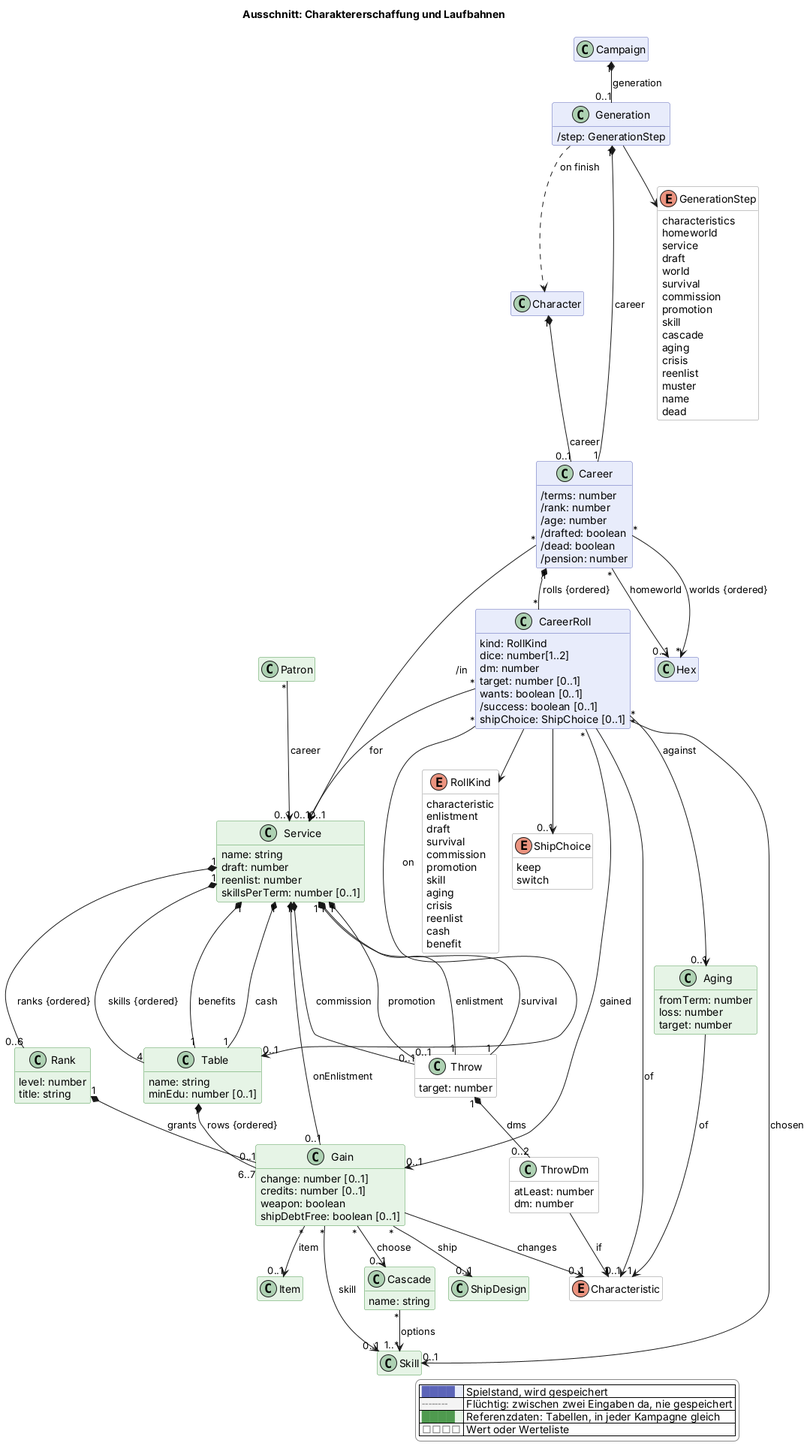
Earlier version of the PlantUML export docs/views/erschaffung.png (scuzzar/SRE). The source it was exported from:
```plantuml
@startuml
!if %not(%variable_exists("$change"))
!$change = "*"
!endif
!function $marked($c)
!return $change == "*" || $change == $c
!endfunction
!function $new($c, $t)
!if $marked($c)
!return "<color:#d0021b><b>" + $t + "</b></color>"
!endif
!return $t
!endfunction
!procedure $gone($c, $t)
!if $marked($c)
<color:#d0021b><s>$t</s></color>
!endif
!endprocedure
!function $newClass($c)
!if $marked($c)
!return "#line:d0021b;line.bold"
!endif
!return ""
!endfunction
!function $newArrow($c)
!if $marked($c)
!return "[#d0021b,bold]"
!endif
!return ""
!endfunction
!function $goneArrow($c)
!if $marked($c)
!return "[#d0021b,dashed]"
!endif
!return ""
!endfunction
!pragma layout smetana
title Ausschnitt: Charaktererschaffung und Laufbahnen
hide empty members
hide methods
skinparam classAttributeIconSize 0
skinparam shadowing false
skinparam packageStyle rectangle
skinparam class {
  BackgroundColor #e8ecfb
  BorderColor #5b64b8
  BackgroundColor<<transient>> #f4f4f4
  BorderColor<<transient>> #8a8a8a
  BackgroundColor<<reference>> #e6f4e6
  BorderColor<<reference>> #4f9a4f
  BackgroundColor<<value>> #ffffff
  BorderColor<<value>> #8a8a8a
}
skinparam legendBackgroundColor #ffffff
skinparam legendBorderColor #8a8a8a
<style>
classDiagram {
  class {
    .transient {
      LineStyle 5-3
    }
  }
}
</style>
hide <<transient>> stereotype
hide <<reference>> stereotype
hide <<value>> stereotype

  class Campaign $kampagne
  class Character $charakter

  class ShipDesign <<reference>> $schiffe

  class Generation $erschaffung {
    /step: GenerationStep
  }
  class Career $erschaffung {
    /terms: number
    /rank: number
    /age: number
    /drafted: boolean
    /dead: boolean
    /pension: number
  }
  class CareerRoll $erschaffung {
    kind: RollKind
    dice: number[1..2]
    dm: number
    target: number [0..1]
    wants: boolean [0..1]
    /success: boolean [0..1]
    shipChoice: ShipChoice [0..1]
  }

  class Hex $sektor



  class Patron <<reference>> $begegnung

  class Skill <<reference>> $charakter
  class Service <<reference>> $erschaffung {
    name: string
    draft: number
    reenlist: number
    skillsPerTerm: number [0..1]
  }
  class Throw <<value>> $erschaffung {
    target: number
  }
  class ThrowDm <<value>> $erschaffung {
    atLeast: number
    dm: number
  }
  class Rank <<reference>> $erschaffung {
    level: number
    title: string
  }
  class Table <<reference>> $erschaffung {
    name: string
    minEdu: number [0..1]
  }
  class Gain <<reference>> $erschaffung {
    change: number [0..1]
    credits: number [0..1]
    weapon: boolean
    shipDebtFree: boolean [0..1]
  }
  class Item <<reference>> $shop
  class Cascade <<reference>> $erschaffung {
    name: string
  }
  class Aging <<reference>> $erschaffung {
    fromTerm: number
    loss: number
    target: number
  }
  enum RollKind <<value>> $erschaffung {
    characteristic
    enlistment
    draft
    survival
    commission
    promotion
    skill
    aging
    crisis
    reenlist
    cash
    benefit
  }
  enum ShipChoice <<value>> $erschaffung {
    keep
    switch
  }
  enum GenerationStep <<value>> $erschaffung {
    characteristics
    homeworld
    service
    draft
    world
    survival
    commission
    promotion
    skill
    cascade
    aging
    crisis
    reenlist
    muster
    name
    dead
  }
  enum Characteristic <<value>> $charakter


Gain "*" --> "0..1" ShipDesign : ship


Campaign "1" *-- "0..1" Generation : generation
Generation "1" *-- "1" Career : career
Generation ..> Character : on finish
Generation --> GenerationStep
Character "1" *-- "0..1" Career : career
Career "1" *-- "*" CareerRoll : rolls {ordered}
Career "*" --> "0..1" Service : /in
Career "*" --> "0..1" Hex : homeworld
Career "*" --> "*" Hex : worlds {ordered}
CareerRoll --> RollKind
CareerRoll --> "0..1" ShipChoice
CareerRoll --> "0..1" Characteristic : of
CareerRoll "*" --> "0..1" Service : for
CareerRoll "*" --> "0..1" Table : on
CareerRoll "*" --> "0..1" Gain : gained
CareerRoll "*" --> "0..1" Skill : chosen
CareerRoll "*" --> "0..1" Aging : against

Service "1" *-- "1" Throw : enlistment
Service "1" *-- "1" Throw : survival
Service "1" *-- "0..1" Throw : commission
Service "1" *-- "0..1" Throw : promotion
Throw "1" *-- "0..2" ThrowDm : dms
ThrowDm --> "1" Characteristic : if
Service "1" *-- "0..6" Rank : ranks {ordered}
Service "1" *-- "4" Table : skills {ordered}
Service "1" *-- "1" Table : benefits
Service "1" *-- "1" Table : cash
Service "1" *-- "0..1" Gain : onEnlistment
Rank "1" *-- "0..1" Gain : grants
Table "1" *-- "6..7" Gain : rows {ordered}
Gain "*" --> "0..1" Skill : skill
Gain "*" --> "0..1" Cascade : choose
Gain "*" --> "0..1" Item : item
Gain --> "0..1" Characteristic : changes
Cascade "*" --> "1..*" Skill : options
Aging --> "1" Characteristic : of




Patron "*" --> "0..1" Service : career






legend right
  |<#e8ecfb> <color:#5b64b8>████</color> | Spielstand, wird gespeichert |
  |<#f4f4f4> <color:#8a8a8a>╌╌╌╌</color> | Flüchtig: zwischen zwei Eingaben da, nie gespeichert |
  |<#e6f4e6> <color:#4f9a4f>████</color> | Referenzdaten: Tabellen, in jeder Kampagne gleich |
  |<#ffffff> <color:#8a8a8a>□□□□</color> | Wert oder Werteliste |
endlegend
@enduml
```
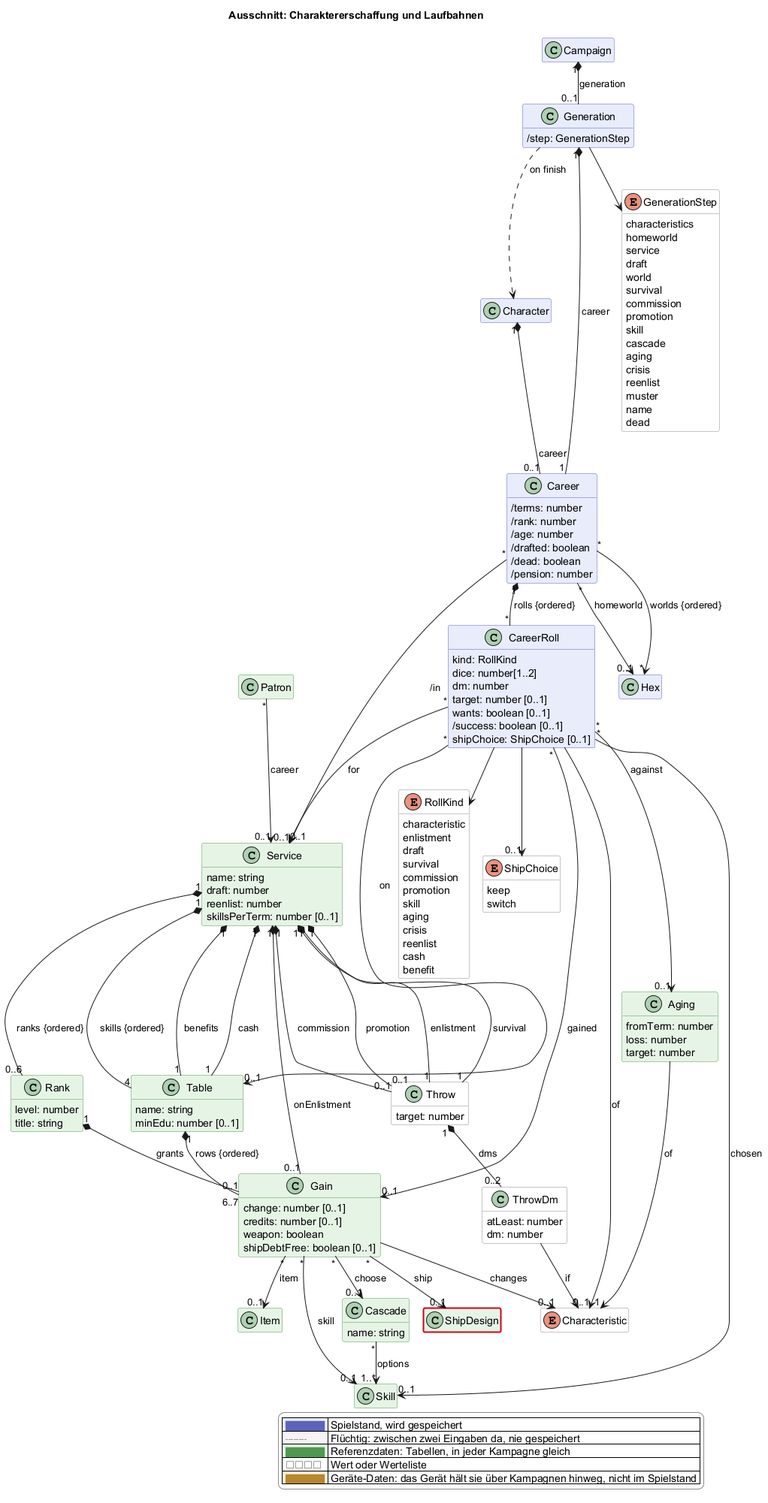
The same file after the commit.

Change to the diagram source:
```diff
@@ -50,6 +50,8 @@
   BorderColor<<reference>> #4f9a4f
   BackgroundColor<<value>> #ffffff
   BorderColor<<value>> #8a8a8a
+  BackgroundColor<<browser>> #fdf1dc
+  BorderColor<<browser>> #b8862e
 }
 skinparam legendBackgroundColor #ffffff
 skinparam legendBorderColor #8a8a8a
@@ -65,6 +67,7 @@
 hide <<transient>> stereotype
 hide <<reference>> stereotype
 hide <<value>> stereotype
+hide <<browser>> stereotype
 
   class Campaign $kampagne
   class Character $charakter
@@ -230,5 +233,7 @@
   |<#f4f4f4> <color:#8a8a8a>╌╌╌╌</color> | Flüchtig: zwischen zwei Eingaben da, nie gespeichert |
   |<#e6f4e6> <color:#4f9a4f>████</color> | Referenzdaten: Tabellen, in jeder Kampagne gleich |
   |<#ffffff> <color:#8a8a8a>□□□□</color> | Wert oder Werteliste |
+  |<#fdf1dc> <color:#b8862e>████</color> | Geräte-Daten: das Gerät hält sie über Kampagnen hinweg, nicht im Spielstand |
 endlegend
+class ShipDesign #line:d0021b;line.bold
 @enduml
```
